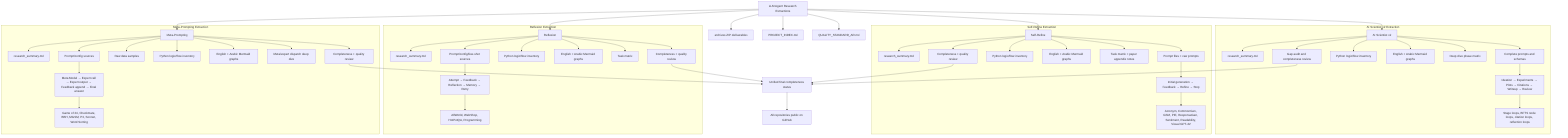
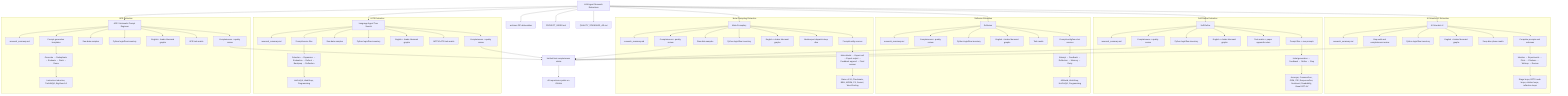
flowchart TD
  ROOT[LLM Agent Research Extractions] --> AIS[AI Scientist v2]
  ROOT --> SR[Self-Refine]
  ROOT --> RX[Reflexion]
  ROOT --> MP[Meta-Prompting]
+   ROOT --> LATS[Language Agent Tree Search]
+   ROOT --> APE[APE / Automatic Prompt Engineer]

  subgraph AIP[AI Scientist v2 Extraction]
    AIS --> AI_SUM[research_summary.md]
    AIS --> AI_PROMPTS[Complete prompts and schemas]
    AIS --> AI_LOGIC[Python logic/flow inventory]
    AIS --> AI_GRAPH[English + Arabic Mermaid graphs]
    AIS --> AI_DEEP[Deep dive phase matrix]
    AIS --> AI_AUDIT[Gap audit and completeness review]
    AI_PROMPTS --> AI_PHASES[Ideation → Experiments → Plots → Citations → Writeup → Review]
    AI_PHASES --> AI_LOOPS[Stage loops, BFTS node loops, citation loops, reflection loops]
  end

  subgraph SRP[Self-Refine Extraction]
    SR --> SR_SUM[research_summary.md]
    SR --> SR_PROMPTS[Prompt files + raw prompts]
    SR --> SR_LOGIC[Python logic/flow inventory]
    SR --> SR_GRAPH[English + Arabic Mermaid graphs]
    SR --> SR_DEEP[Task matrix + paper appendix notes]
    SR --> SR_AUDIT[Completeness + quality review]
    SR_PROMPTS --> SR_PHASES[Initial generation → Feedback → Refine → Stop]
    SR_PHASES --> SR_TASKS[Acronym, CommonGen, GSM, PIE, ResponseGen, Sentiment, Readability, Visual GPT-4V]
  end

  subgraph RXP[Reflexion Extraction]
    RX --> RX_SUM[research_summary.md]
    RX --> RX_PROMPTS[Prompt/config/few-shot sources]
    RX --> RX_LOGIC[Python logic/flow inventory]
    RX --> RX_GRAPH[English + Arabic Mermaid graphs]
    RX --> RX_DEEP[Task matrix]
    RX --> RX_AUDIT[Completeness + quality review]
    RX_PROMPTS --> RX_PHASES[Attempt → Feedback → Reflection → Memory → Retry]
    RX_PHASES --> RX_TASKS[AlfWorld, WebShop, HotPotQA, Programming]
  end


  subgraph MPP[Meta-Prompting Extraction]
    MP --> MP_SUM[research_summary.md]
    MP --> MP_PROMPTS[Prompt/config sources]
    MP --> MP_DATA[Raw data samples]
    MP --> MP_LOGIC[Python logic/flow inventory]
    MP --> MP_GRAPH[English + Arabic Mermaid graphs]
    MP --> MP_DEEP[Meta/expert dispatch deep dive]
    MP --> MP_AUDIT[Completeness + quality review]
    MP_PROMPTS --> MP_PHASES[Meta Model → Expert call → Expert output → Feedback append → Final answer]
    MP_PHASES --> MP_TASKS[Game of 24, Checkmate, BBH, MGSM, P3, Sonnet, Word Sorting]
  end

+ 
+   subgraph LATSP[LATS Extraction]
+     LATS --> LATS_SUM[research_summary.md]
+     LATS --> LATS_PROMPTS[Prompt/source files]
+     LATS --> LATS_DATA[Raw data samples]
+     LATS --> LATS_LOGIC[Python logic/flow inventory]
+     LATS --> LATS_GRAPH[English + Arabic Mermaid graphs]
+     LATS --> LATS_DEEP[MCTS/LATS task matrix]
+     LATS --> LATS_AUDIT[Completeness + quality review]
+     LATS_PROMPTS --> LATS_PHASES[Selection → Expansion → Evaluation → Rollout → Backprop → Reflection]
+     LATS_PHASES --> LATS_TASKS[HotPotQA, WebShop, Programming]
+   end
+ 
+   subgraph APEP[APE Extraction]
+     APE --> APE_SUM[research_summary.md]
+     APE --> APE_PROMPTS[Prompt generation templates]
+     APE --> APE_DATA[Raw data samples]
+     APE --> APE_LOGIC[Python logic/flow inventory]
+     APE --> APE_GRAPH[English + Arabic Mermaid graphs]
+     APE --> APE_DEEP[APE task matrix]
+     APE --> APE_AUDIT[Completeness + quality review]
+     APE_PROMPTS --> APE_PHASES[Generate → Deduplicate → Evaluate → Rank → Demo]
+     APE_PHASES --> APE_TASKS[Instruction Induction, TruthfulQA, Big-Bench II]
+   end
+ 
  ROOT --> ARCH[archives ZIP deliverables]
  ROOT --> INDEX[PROJECT_INDEX.md]
  ROOT --> STANDARD[QUALITY_STANDARD_AR.md]

  AI_AUDIT --> FINAL[Unified final completeness status]
  SR_AUDIT --> FINAL
  RX_AUDIT --> FINAL
  MP_AUDIT --> FINAL
+   LATS_AUDIT --> FINAL
+   APE_AUDIT --> FINAL
  FINAL --> PUBLIC[All repositories public on GitHub]
+ 
